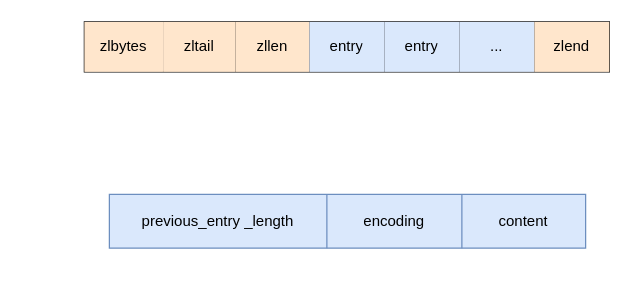
This is redis/ziplist.drawio from erlieStar/diagrams, a draw.io file, before an edit. Source tidied: cells renumbered, new cells numbered last; positions are measured from the earlier drawing's top-left corner, leaving out a move shared by most shapes. Both pictures are drawn from the tidied source at 125%, with x=0, y=0 at pixel (84, 21).
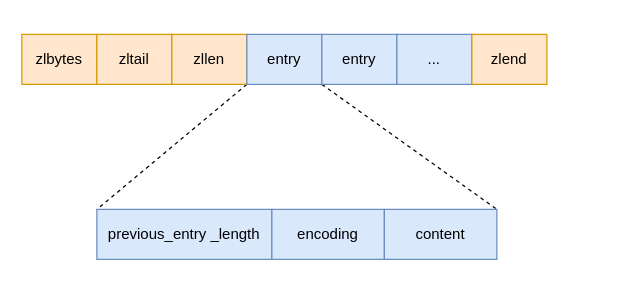
Above is the later version.

Diff of the diagram source:
```diff
@@
 <mxGraphModel>
   <root>
     <mxCell id="0" />
     <mxCell id="1" parent="0" />
-    <mxCell id="2" style="shape=table;html=1;whiteSpace=wrap;startSize=0;childLayout=tableLayout;" parent="1" vertex="1">
-      <mxGeometry width="420" height="40" as="geometry" />
-    </mxCell>
-    <mxCell id="3" style="shape=partialRectangle;html=1;whiteSpace=wrap;fillColor=none;top=0;left=0;bottom=0;right=0;" parent="2" vertex="1">
-      <mxGeometry width="420" height="40" as="geometry" />
-    </mxCell>
-    <mxCell id="4" value="zlbytes" style="shape=partialRectangle;html=1;whiteSpace=wrap;fillColor=#ffe6cc;top=0;left=0;bottom=0;right=0;overflow=hidden;strokeColor=#d79b00;" parent="3" vertex="1">
-      <mxGeometry width="63" height="40" as="geometry" />
+    <mxCell id="4" value="&lt;span&gt;zlbytes&lt;/span&gt;" style="rounded=0;whiteSpace=wrap;html=1;fillColor=#ffe6cc;strokeColor=#d79b00;" parent="1" vertex="1">
+      <mxGeometry x="-50" y="10" width="60" height="40" as="geometry" />
     </mxCell>
-    <mxCell id="5" value="zltail" style="shape=partialRectangle;html=1;whiteSpace=wrap;fillColor=#ffe6cc;top=0;left=0;bottom=0;right=0;overflow=hidden;strokeColor=#d79b00;" parent="3" vertex="1">
-      <mxGeometry x="63" width="58" height="40" as="geometry" />
+    <mxCell id="5" value="&lt;span&gt;zltail&lt;/span&gt;" style="rounded=0;whiteSpace=wrap;html=1;fillColor=#ffe6cc;strokeColor=#d79b00;" parent="1" vertex="1">
+      <mxGeometry x="10" y="10" width="60" height="40" as="geometry" />
     </mxCell>
+    <mxCell id="16" style="rounded=0;jettySize=auto;html=1;exitX=1;exitY=1;exitDx=0;exitDy=0;entryX=0;entryY=0;entryDx=0;entryDy=0;startArrow=none;startFill=0;endArrow=none;endFill=0;dashed=1;" parent="1" edge="1" source="6" target="13">
+      <mxGeometry relative="1" as="geometry" />
+    </mxCell>
-    <mxCell id="6" value="zllen" style="shape=partialRectangle;html=1;whiteSpace=wrap;fillColor=#ffe6cc;top=0;left=0;bottom=0;right=0;overflow=hidden;strokeColor=#d79b00;" parent="3" vertex="1">
-      <mxGeometry x="121" width="59" height="40" as="geometry" />
+    <mxCell id="6" value="&lt;span&gt;zllen&lt;/span&gt;" style="rounded=0;whiteSpace=wrap;html=1;fillColor=#ffe6cc;strokeColor=#d79b00;" parent="1" vertex="1">
+      <mxGeometry x="70" y="10" width="60" height="40" as="geometry" />
     </mxCell>
-    <mxCell id="7" value="entry" style="shape=partialRectangle;html=1;whiteSpace=wrap;fillColor=#dae8fc;top=0;left=0;bottom=0;right=0;overflow=hidden;strokeColor=#6c8ebf;" parent="3" vertex="1">
-      <mxGeometry x="180" width="60" height="40" as="geometry" />
-    </mxCell>
-    <mxCell id="8" value="entry" style="shape=partialRectangle;html=1;whiteSpace=wrap;fillColor=#dae8fc;top=0;left=0;bottom=0;right=0;overflow=hidden;strokeColor=#6c8ebf;" parent="3" vertex="1">
-      <mxGeometry x="240" width="60" height="40" as="geometry" />
-    </mxCell>
+    <mxCell id="17" value="&lt;span&gt;entry&lt;/span&gt;" style="rounded=0;whiteSpace=wrap;html=1;fillColor=#dae8fc;strokeColor=#6c8ebf;" parent="1" vertex="1">
+      <mxGeometry x="130" y="10" width="60" height="40" as="geometry" />
+    </mxCell>
+    <mxCell id="18" style="edgeStyle=none;rounded=0;jettySize=auto;html=1;exitX=0;exitY=1;exitDx=0;exitDy=0;entryX=1;entryY=0;entryDx=0;entryDy=0;endArrow=none;endFill=0;dashed=1;" parent="1" edge="1" source="19" target="15">
+      <mxGeometry relative="1" as="geometry" />
+    </mxCell>
+    <mxCell id="19" value="&lt;span&gt;entry&lt;/span&gt;" style="rounded=0;whiteSpace=wrap;html=1;fillColor=#dae8fc;strokeColor=#6c8ebf;" parent="1" vertex="1">
+      <mxGeometry x="190" y="10" width="60" height="40" as="geometry" />
+    </mxCell>
-    <mxCell id="9" value="..." style="shape=partialRectangle;html=1;whiteSpace=wrap;fillColor=#dae8fc;top=0;left=0;bottom=0;right=0;overflow=hidden;strokeColor=#6c8ebf;" parent="3" vertex="1">
-      <mxGeometry x="300" width="60" height="40" as="geometry" />
+    <mxCell id="9" value="&lt;span&gt;...&lt;/span&gt;" style="rounded=0;whiteSpace=wrap;html=1;fillColor=#dae8fc;strokeColor=#6c8ebf;" parent="1" vertex="1">
+      <mxGeometry x="250" y="10" width="60" height="40" as="geometry" />
     </mxCell>
-    <mxCell id="10" value="zlend" style="shape=partialRectangle;html=1;whiteSpace=wrap;fillColor=#ffe6cc;top=0;left=0;bottom=0;right=0;overflow=hidden;strokeColor=#d79b00;" parent="3" vertex="1">
-      <mxGeometry x="360" width="60" height="40" as="geometry" />
+    <mxCell id="10" value="&lt;span&gt;zlend&lt;/span&gt;" style="rounded=0;whiteSpace=wrap;html=1;fillColor=#ffe6cc;strokeColor=#d79b00;" parent="1" vertex="1">
+      <mxGeometry x="310" y="10" width="60" height="40" as="geometry" />
     </mxCell>
-    <mxCell id="11" style="shape=table;html=1;whiteSpace=wrap;startSize=0;childLayout=tableLayout;fillColor=#dae8fc;strokeColor=#6c8ebf;" parent="1" vertex="1">
-      <mxGeometry x="20" y="138" width="381" height="43" as="geometry" />
-    </mxCell>
-    <mxCell id="12" style="shape=partialRectangle;html=1;whiteSpace=wrap;fillColor=none;top=0;left=0;bottom=0;right=0;" parent="11" vertex="1">
-      <mxGeometry width="381" height="43" as="geometry" />
-    </mxCell>
-    <mxCell id="13" value="&lt;span style=&quot;text-align: left&quot;&gt;previous_entry _length&lt;/span&gt;" style="shape=partialRectangle;html=1;whiteSpace=wrap;fillColor=none;top=0;left=0;bottom=0;right=0;overflow=hidden;" parent="12" vertex="1">
-      <mxGeometry width="174" height="43" as="geometry" />
+    <mxCell id="13" value="&lt;span style=&quot;text-align: left&quot;&gt;previous_entry _length&lt;/span&gt;" style="rounded=0;whiteSpace=wrap;html=1;fillColor=#dae8fc;strokeColor=#6c8ebf;" parent="1" vertex="1">
+      <mxGeometry x="10" y="150" width="140" height="40" as="geometry" />
     </mxCell>
-    <mxCell id="14" value="encoding" style="shape=partialRectangle;html=1;whiteSpace=wrap;fillColor=none;top=0;left=0;bottom=0;right=0;overflow=hidden;" parent="12" vertex="1">
-      <mxGeometry x="174" width="108" height="43" as="geometry" />
+    <mxCell id="14" value="&lt;span&gt;encoding&lt;/span&gt;" style="rounded=0;whiteSpace=wrap;html=1;fillColor=#dae8fc;strokeColor=#6c8ebf;" parent="1" vertex="1">
+      <mxGeometry x="150" y="150" width="90" height="40" as="geometry" />
     </mxCell>
-    <mxCell id="15" value="content" style="shape=partialRectangle;html=1;whiteSpace=wrap;fillColor=none;top=0;left=0;bottom=0;right=0;overflow=hidden;" parent="12" vertex="1">
-      <mxGeometry x="282" width="99" height="43" as="geometry" />
+    <mxCell id="15" value="&lt;span&gt;content&lt;/span&gt;" style="rounded=0;whiteSpace=wrap;html=1;fillColor=#dae8fc;strokeColor=#6c8ebf;" parent="1" vertex="1">
+      <mxGeometry x="240" y="150" width="90" height="40" as="geometry" />
     </mxCell>
   </root>
 </mxGraphModel>
```
